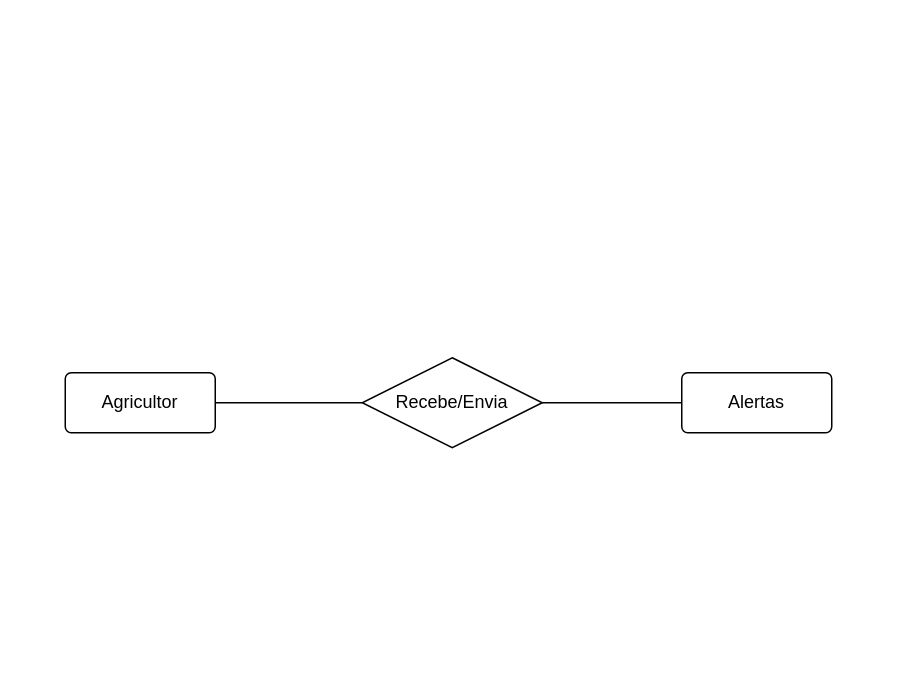
The draw.io diagram page "ER Conceitual" (1 of 3) of banco-de-dados/Diagrama-ER.drawio in Code-Masters-F/GeoAlerta, before the edit. Source tidied: cells renumbered, new cells numbered last; positions are measured from the earlier drawing's top-left corner, leaving out a move shared by most shapes. Both pictures are drawn from the tidied source at 150%, with x=0, y=0 at pixel (64, 357).
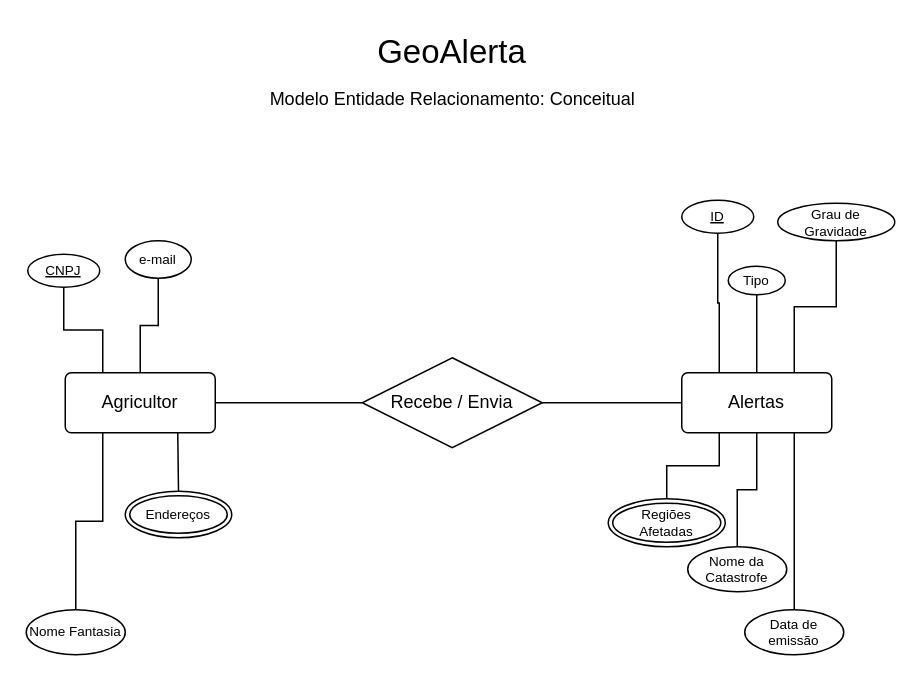
The same page after the edit.

Unchanged cells that the change refers to:
```xml
<mxCell id="2" value="Agricultor" style="rounded=1;arcSize=10;whiteSpace=wrap;html=1;align=center;" parent="1" vertex="1">
  <mxGeometry y="10" width="100" height="40" as="geometry" />
</mxCell>
<mxCell id="3" value="Alertas" style="rounded=1;arcSize=10;whiteSpace=wrap;html=1;align=center;" parent="1" vertex="1">
  <mxGeometry x="411" y="10" width="100" height="40" as="geometry" />
</mxCell>
```

What changed in the source:
```diff
@@
+    <mxCell id="7" style="edgeStyle=orthogonalEdgeStyle;rounded=0;jettySize=auto;html=1;exitX=0.75;exitY=1;exitDx=0;exitDy=0;entryX=0.5;entryY=0;entryDx=0;entryDy=0;endArrow=none;endFill=0;" parent="1" edge="1" source="2" target="13">
+      <mxGeometry relative="1" as="geometry" />
+    </mxCell>
+    <mxCell id="8" style="edgeStyle=orthogonalEdgeStyle;rounded=0;jettySize=auto;html=1;exitX=0.25;exitY=0;exitDx=0;exitDy=0;endArrow=none;endFill=0;" parent="1" edge="1" source="2" target="14">
+      <mxGeometry relative="1" as="geometry" />
+    </mxCell>
+    <mxCell id="9" style="edgeStyle=orthogonalEdgeStyle;rounded=0;jettySize=auto;html=1;exitX=0.25;exitY=1;exitDx=0;exitDy=0;entryX=0.5;entryY=0;entryDx=0;entryDy=0;endArrow=none;endFill=0;" parent="1" edge="1" source="2" target="15">
+      <mxGeometry relative="1" as="geometry" />
+    </mxCell>
@@
+    <mxCell id="10" style="edgeStyle=orthogonalEdgeStyle;rounded=0;jettySize=auto;html=1;exitX=0.25;exitY=1;exitDx=0;exitDy=0;endArrow=none;endFill=0;" parent="1" edge="1" source="3" target="20">
+      <mxGeometry relative="1" as="geometry" />
+    </mxCell>
+    <mxCell id="11" style="edgeStyle=orthogonalEdgeStyle;rounded=0;jettySize=auto;html=1;exitX=0.5;exitY=1;exitDx=0;exitDy=0;entryX=0.5;entryY=0;entryDx=0;entryDy=0;endArrow=none;endFill=0;" parent="1" edge="1" source="3" target="21">
+      <mxGeometry relative="1" as="geometry" />
+    </mxCell>
+    <mxCell id="12" style="edgeStyle=orthogonalEdgeStyle;rounded=0;jettySize=auto;html=1;exitX=0.75;exitY=1;exitDx=0;exitDy=0;endArrow=none;endFill=0;" parent="1" edge="1" source="3" target="24">
+      <mxGeometry relative="1" as="geometry" />
+    </mxCell>
@@
-    <mxCell id="5" value="Recebe/Envia" style="shape=rhombus;perimeter=rhombusPerimeter;whiteSpace=wrap;html=1;align=center;" parent="1" vertex="1">
+    <mxCell id="5" value="Recebe / Envia" style="shape=rhombus;perimeter=rhombusPerimeter;whiteSpace=wrap;html=1;align=center;" parent="1" vertex="1">
       <mxGeometry x="198" width="120" height="60" as="geometry" />
     </mxCell>
@@
+    <mxCell id="13" value="&lt;font&gt;Endereços&lt;/font&gt;" style="ellipse;shape=doubleEllipse;margin=3;whiteSpace=wrap;html=1;align=center;fontSize=9;" parent="1" vertex="1">
+      <mxGeometry x="40" y="89" width="71" height="31" as="geometry" />
+    </mxCell>
+    <mxCell id="14" value="CNPJ" style="ellipse;whiteSpace=wrap;html=1;align=center;fontStyle=4;fontSize=9;" parent="1" vertex="1">
+      <mxGeometry x="-25" y="-69" width="48" height="22" as="geometry" />
+    </mxCell>
+    <mxCell id="15" value="Nome Fantasia" style="ellipse;whiteSpace=wrap;html=1;align=center;fontSize=9;" parent="1" vertex="1">
+      <mxGeometry x="-26" y="168" width="66" height="30" as="geometry" />
+    </mxCell>
+    <mxCell id="16" value="GeoAlerta" style="text;html=1;whiteSpace=wrap;strokeColor=none;fillColor=none;align=center;verticalAlign=middle;rounded=0;fontSize=22;" parent="1" vertex="1">
+      <mxGeometry x="205" y="-221" width="106" height="36" as="geometry" />
+    </mxCell>
+    <mxCell id="17" value="Modelo Entidade Relacionamento: Conceitual" style="text;html=1;whiteSpace=wrap;strokeColor=none;fillColor=none;align=center;verticalAlign=middle;rounded=0;" parent="1" vertex="1">
+      <mxGeometry x="130.5" y="-185" width="255" height="26" as="geometry" />
+    </mxCell>
+    <mxCell id="18" style="edgeStyle=orthogonalEdgeStyle;rounded=0;jettySize=auto;html=1;entryX=0.25;entryY=0;entryDx=0;entryDy=0;endArrow=none;endFill=0;" parent="1" edge="1" source="19" target="3">
+      <mxGeometry relative="1" as="geometry" />
+    </mxCell>
+    <mxCell id="19" value="ID" style="ellipse;whiteSpace=wrap;html=1;align=center;fontStyle=4;fontSize=9;" parent="1" vertex="1">
+      <mxGeometry x="411" y="-105" width="48" height="22" as="geometry" />
+    </mxCell>
+    <mxCell id="20" value="&lt;font&gt;Regiões Afetadas&lt;/font&gt;" style="ellipse;shape=doubleEllipse;margin=3;whiteSpace=wrap;html=1;align=center;fontSize=9;" parent="1" vertex="1">
+      <mxGeometry x="362" y="94" width="78" height="32" as="geometry" />
+    </mxCell>
+    <mxCell id="21" value="Nome da Catastrofe" style="ellipse;whiteSpace=wrap;html=1;align=center;fontSize=9;" parent="1" vertex="1">
+      <mxGeometry x="415" y="126" width="66" height="30" as="geometry" />
+    </mxCell>
+    <mxCell id="22" style="edgeStyle=orthogonalEdgeStyle;rounded=0;jettySize=auto;html=1;entryX=0.5;entryY=0;entryDx=0;entryDy=0;endArrow=none;endFill=0;" parent="1" edge="1" source="23" target="3">
+      <mxGeometry relative="1" as="geometry" />
+    </mxCell>
+    <mxCell id="23" value="Tipo" style="ellipse;whiteSpace=wrap;html=1;align=center;fontSize=9;" parent="1" vertex="1">
+      <mxGeometry x="442" y="-61" width="38" height="19" as="geometry" />
+    </mxCell>
+    <mxCell id="24" value="Data de emissão" style="ellipse;whiteSpace=wrap;html=1;align=center;fontSize=9;" parent="1" vertex="1">
+      <mxGeometry x="453" y="168" width="66" height="30" as="geometry" />
+    </mxCell>
+    <mxCell id="25" style="edgeStyle=orthogonalEdgeStyle;rounded=0;jettySize=auto;html=1;endArrow=none;endFill=0;" parent="1" edge="1" source="26" target="2">
+      <mxGeometry relative="1" as="geometry" />
+    </mxCell>
+    <mxCell id="26" value="e-mail" style="ellipse;whiteSpace=wrap;html=1;align=center;fontSize=9;" parent="1" vertex="1">
+      <mxGeometry x="40" y="-78" width="44" height="25" as="geometry" />
+    </mxCell>
+    <mxCell id="27" style="edgeStyle=orthogonalEdgeStyle;rounded=0;jettySize=auto;html=1;entryX=0.75;entryY=0;entryDx=0;entryDy=0;endArrow=none;endFill=0;" parent="1" edge="1" source="28" target="3">
+      <mxGeometry relative="1" as="geometry" />
+    </mxCell>
+    <mxCell id="28" value="Grau de Gravidade" style="ellipse;whiteSpace=wrap;html=1;align=center;fontSize=9;" parent="1" vertex="1">
+      <mxGeometry x="475" y="-103" width="78" height="25" as="geometry" />
+    </mxCell>
```
